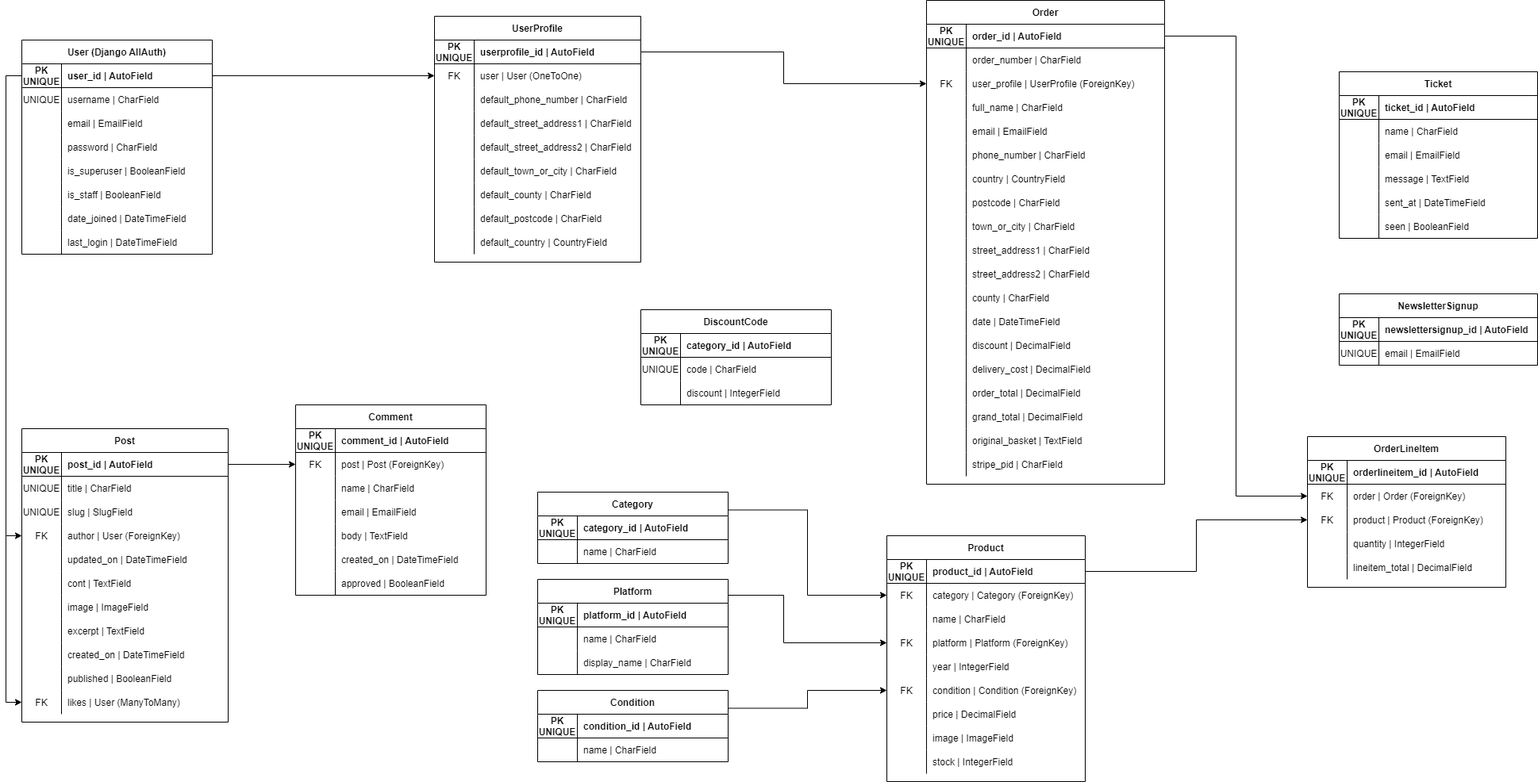
This is documentation/retro-reboot-entity-relationship-diagram.png from adamgilroy22/retro-reboot, a draw.io export, as it was before one commit. Source tidied: cells renumbered, new cells last; positions are measured from the earlier drawing's top-left corner, leaving out a move shared by most shapes.
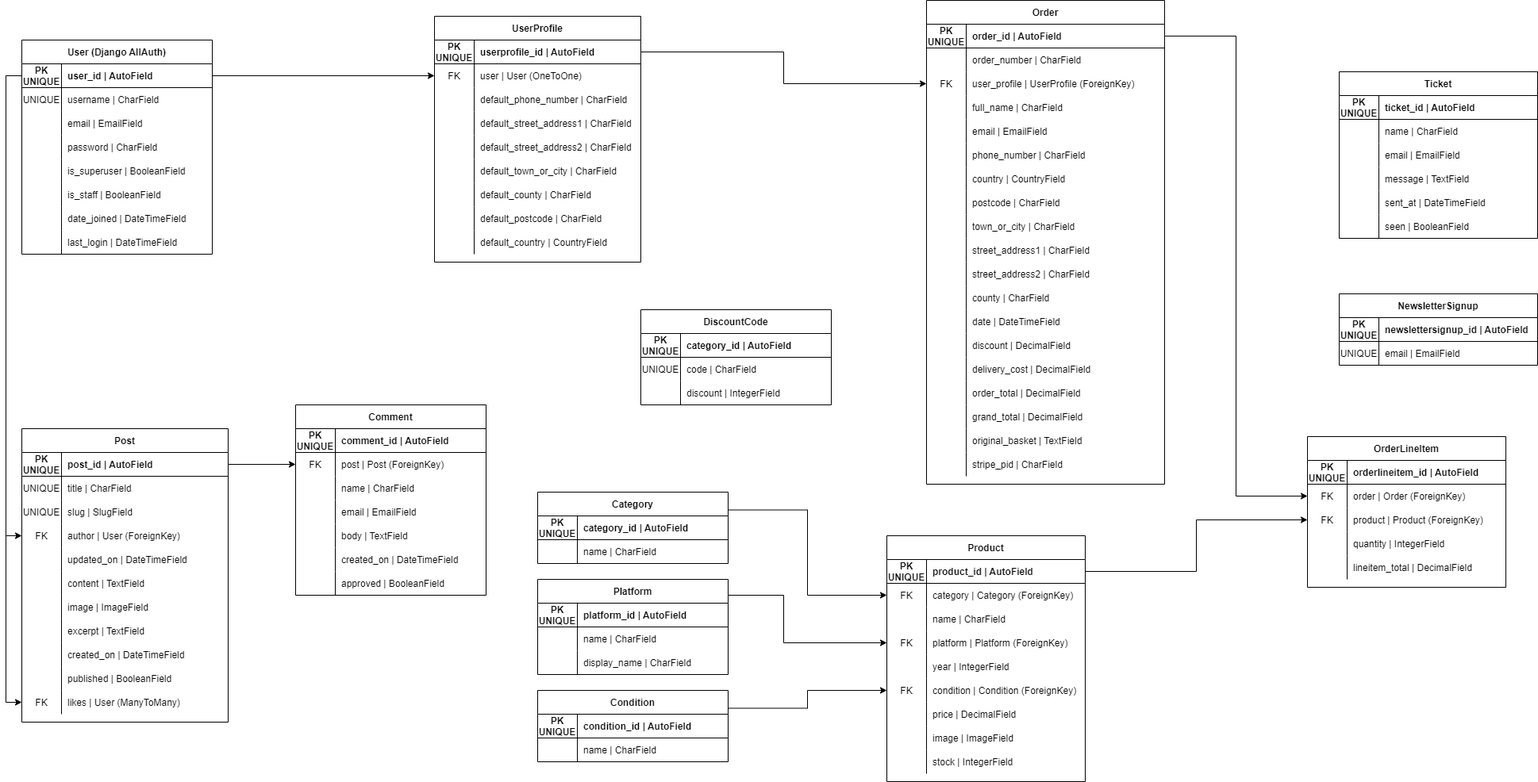
The same file after the commit.

Commit message:
Update ERD image fixing typo in Post model

Diff of the diagram source:
```diff
@@ -671,7 +671,7 @@
     <mxCell id="222" style="shape=partialRectangle;fillColor=none;top=0;left=0;bottom=0;right=0;fontStyle=0;overflow=hidden;" parent="221" vertex="1">
       <mxGeometry width="50" height="30" as="geometry" />
     </mxCell>
-    <mxCell id="223" value="cont | TextField" style="shape=partialRectangle;fillColor=none;top=0;left=0;bottom=0;right=0;align=left;spacingLeft=6;fontStyle=0;overflow=hidden;" parent="221" vertex="1">
+    <mxCell id="223" value="content | TextField" style="shape=partialRectangle;fillColor=none;top=0;left=0;bottom=0;right=0;align=left;spacingLeft=6;fontStyle=0;overflow=hidden;" parent="221" vertex="1">
       <mxGeometry x="50" width="210" height="30" as="geometry" />
     </mxCell>
     <mxCell id="224" style="shape=tableRow;horizontal=0;startSize=0;swimlaneHead=0;swimlaneBody=0;fillColor=none;top=0;left=0;right=0;bottom=0;" parent="205" vertex="1">
```
